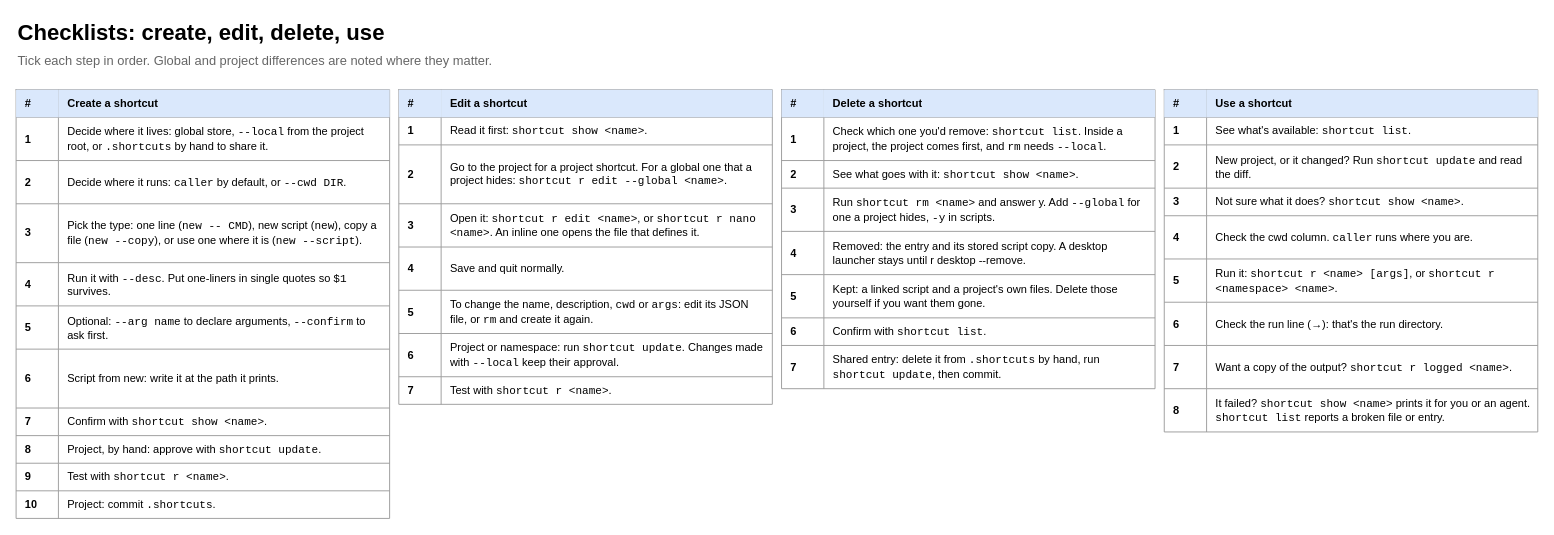
Above: page "5 Checklists" (5 of 5) of docs/shortcut-overview.drawio in StanLukuvka/Shortcut (draw.io), before the change. Source tidied: cells renumbered, new cells numbered last; positions are measured from the earlier drawing's top-left corner, leaving out a move shared by most shapes. Both pictures are drawn from the tidied source at 92%, with x=0, y=0 at pixel (16, 16).
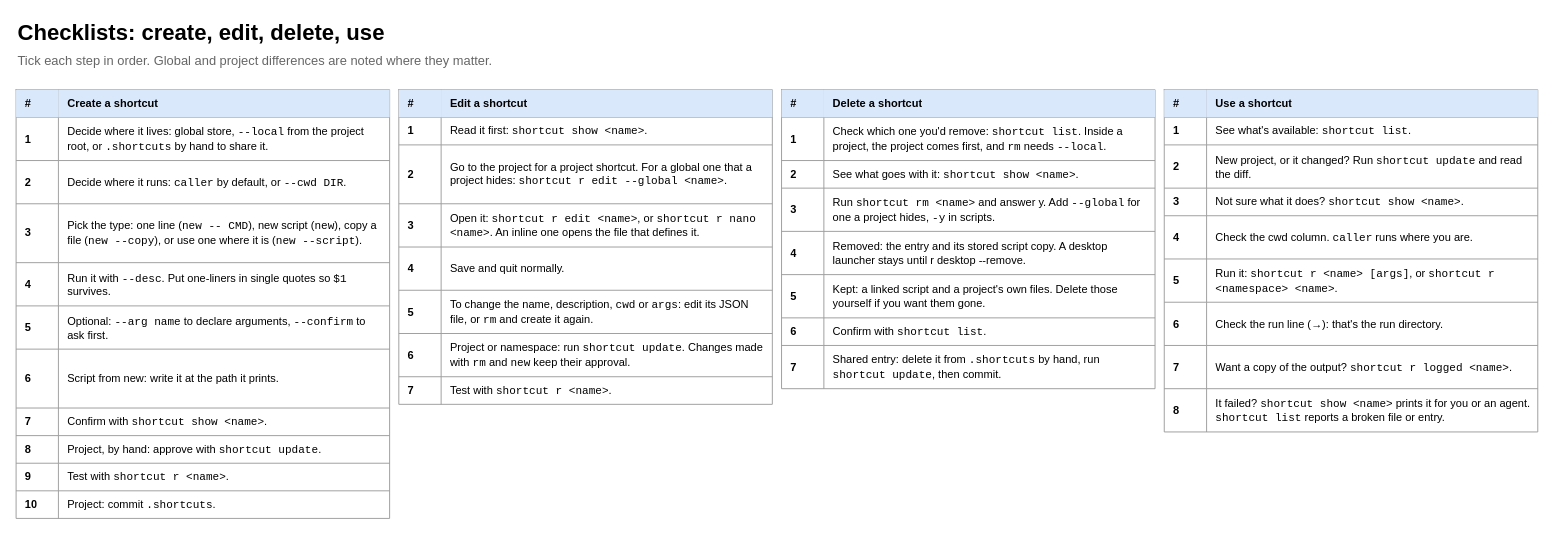
Above is the later version.

Commit message (it also covers changes not shown here):
Bring the docs in line with namespace approval and PAGER, and remove the old lifecycle diagram

Unchanged cells that the change refers to:
```xml
<mxCell id="57" style="shape=tableRow;horizontal=0;startSize=0;swimlaneHead=0;swimlaneBody=0;strokeColor=inherit;top=0;left=0;bottom=0;right=0;fillColor=none;html=1;" parent="38" vertex="1">
  <mxGeometry y="265" width="406" height="47" as="geometry" />
</mxCell>
```

Diff of the diagram source:
```diff
@@
-    <mxCell id="59" value="Project or namespace: run &lt;font face=&quot;monospace&quot;&gt;shortcut update&lt;/font&gt;. Changes made with &lt;font face=&quot;monospace&quot;&gt;--local&lt;/font&gt; keep their approval." style="shape=partialRectangle;html=1;whiteSpace=wrap;strokeColor=inherit;overflow=hidden;fillColor=none;top=0;left=0;bottom=0;right=0;align=left;verticalAlign=middle;spacingLeft=8;spacingRight=6;fontSize=12;" parent="57" vertex="1">
+    <mxCell id="59" value="Project or namespace: run &lt;font face=&quot;monospace&quot;&gt;shortcut update&lt;/font&gt;. Changes made with &lt;font face=&quot;monospace&quot;&gt;rm&lt;/font&gt; and &lt;font face=&quot;monospace&quot;&gt;new&lt;/font&gt; keep their approval." style="shape=partialRectangle;html=1;whiteSpace=wrap;strokeColor=inherit;overflow=hidden;fillColor=none;top=0;left=0;bottom=0;right=0;align=left;verticalAlign=middle;spacingLeft=8;spacingRight=6;fontSize=12;" parent="57" vertex="1">
       <mxGeometry x="46" width="360" height="47" as="geometry" />
     </mxCell>
```
